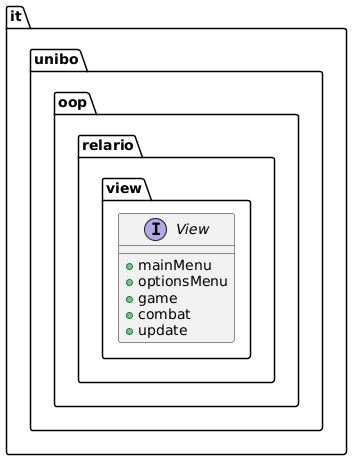
Earlier version of the PlantUML export relazione/img/view.png (KimboCoffee/OOP23-relario-prove). The source it was exported from:
```plantuml
@startuml
package it.unibo.oop.relario {
    package view {
        interface View {
            + {method} mainMenu
            + {method} optionsMenu
            + {method} game
            + {method} combat
            + {method} update
        }
    }
}
@enduml
```
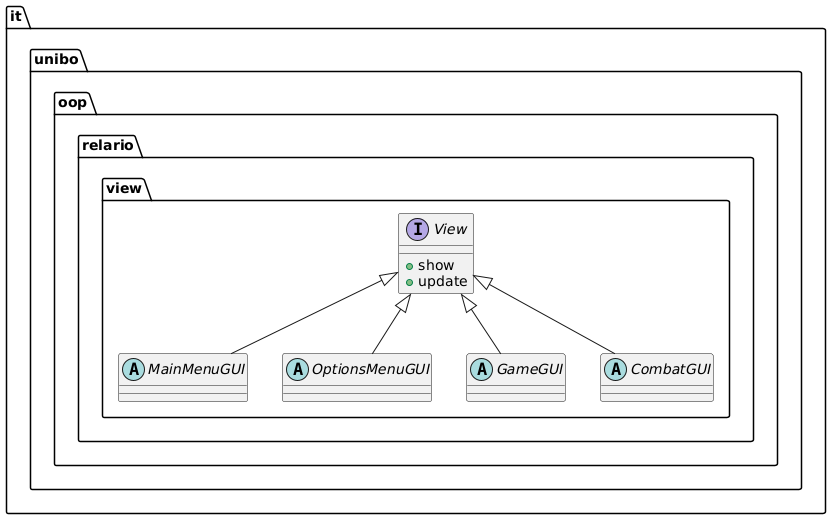
The same diagram one commit later.

Commit message:
Modified UML scheme for view

What changed in the source:
```diff
@@ -2,12 +2,17 @@
 package it.unibo.oop.relario {
     package view {
         interface View {
-            + {method} mainMenu
-            + {method} optionsMenu
-            + {method} game
-            + {method} combat
+            + {method} show
             + {method} update
         }
+
+        abstract class MainMenuGUI extends View {}
+
+        abstract class OptionsMenuGUI extends View {}
+
+        abstract class GameGUI extends View {}
+
+        abstract class CombatGUI extends View {}
     }
 }
 @enduml
```
